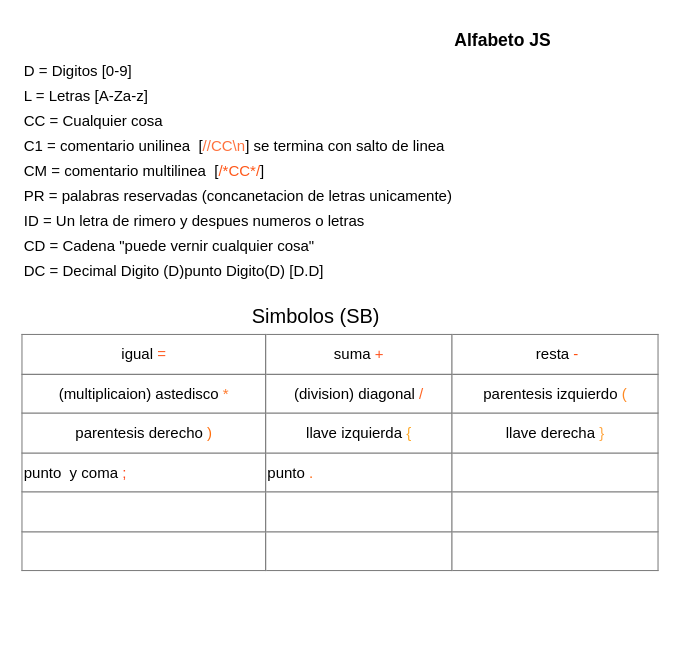
This is arboljs.drawio from pedromf80/OLC1_Proyecto1_201700656, a draw.io file, before an edit. Source tidied: cells renumbered, new cells numbered last; positions are measured from the earlier drawing's top-left corner, leaving out a move shared by most shapes. Both pictures are drawn from the tidied source at 125%, with x=0, y=0 at pixel (21, 21).
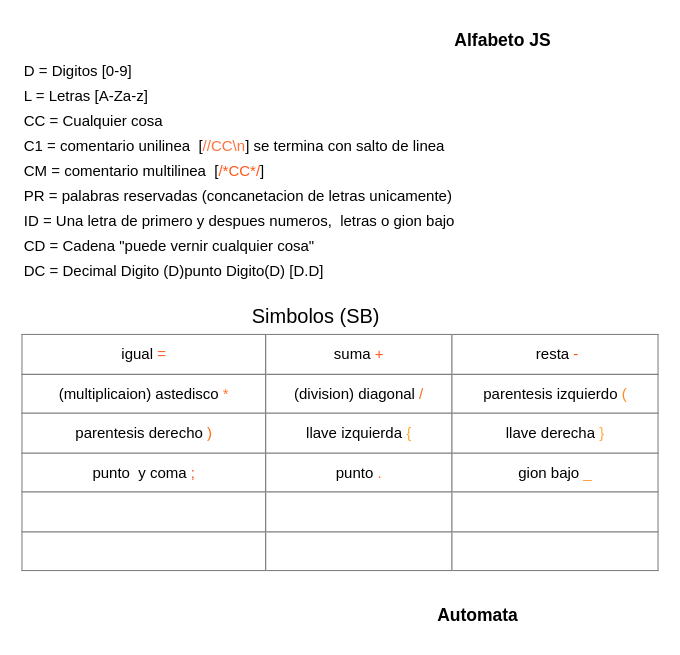
The same page after the edit.

What changed in the source:
```diff
@@
 <mxGraphModel>
   <root>
     <mxCell id="0" />
     <mxCell id="1" parent="0" />
     <mxCell id="2" value="&lt;b&gt;&lt;font style=&quot;font-size: 14px&quot;&gt;Alfabeto JS&lt;/font&gt;&lt;/b&gt;" style="text;html=1;strokeColor=none;fillColor=none;align=center;verticalAlign=middle;whiteSpace=wrap;rounded=0;" parent="1" vertex="1">
       <mxGeometry x="330" width="110" height="30" as="geometry" />
     </mxCell>
     <mxCell id="3" value="C1 = comentario unilinea&amp;nbsp; [&lt;font color=&quot;#ff713d&quot;&gt;//CC\n&lt;/font&gt;] se termina con salto de linea" style="text;html=1;strokeColor=none;fillColor=none;align=left;verticalAlign=middle;whiteSpace=wrap;rounded=0;" parent="1" vertex="1">
       <mxGeometry y="90" width="470" height="20" as="geometry" />
     </mxCell>
     <mxCell id="4" value="CM = comentario multilinea&amp;nbsp; [&lt;font color=&quot;#ff5719&quot;&gt;/*CC*/&lt;/font&gt;]&amp;nbsp;" style="text;html=1;strokeColor=none;fillColor=none;align=left;verticalAlign=middle;whiteSpace=wrap;rounded=0;" parent="1" vertex="1">
       <mxGeometry y="110" width="470" height="20" as="geometry" />
     </mxCell>
     <mxCell id="5" value="PR = palabras reservadas (concanetacion de letras unicamente)" style="text;html=1;align=left;verticalAlign=middle;" parent="1" vertex="1">
       <mxGeometry y="130" width="360" height="20" as="geometry" />
     </mxCell>
-    <mxCell id="6" value="ID = Un letra de rimero y despues numeros o letras" style="text;html=1;align=left;verticalAlign=middle;" parent="1" vertex="1">
-      <mxGeometry y="150" width="290" height="20" as="geometry" />
+    <mxCell id="6" value="ID = Una letra de primero y despues numeros,&amp;nbsp; letras o gion bajo" style="text;html=1;align=left;verticalAlign=middle;" parent="1" vertex="1">
+      <mxGeometry y="150" width="360" height="20" as="geometry" />
     </mxCell>
-    <mxCell id="7" value="&lt;table border=&quot;1&quot; width=&quot;100%&quot; style=&quot;width: 100% ; height: 100% ; border-collapse: collapse&quot;&gt;&lt;tbody&gt;&lt;tr&gt;&lt;td align=&quot;center&quot;&gt;igual &lt;font color=&quot;#ff5a1f&quot;&gt;=&lt;/font&gt;&lt;br&gt;&lt;/td&gt;&lt;td align=&quot;center&quot;&gt;suma &lt;font color=&quot;#ff5521&quot;&gt;+&lt;/font&gt;&lt;/td&gt;&lt;td align=&quot;center&quot;&gt;&amp;nbsp;resta &lt;font color=&quot;#ff5112&quot;&gt;-&lt;/font&gt;&lt;/td&gt;&lt;/tr&gt;&lt;tr&gt;&lt;td align=&quot;center&quot;&gt;(multiplicaion) astedisco&amp;nbsp;&lt;font color=&quot;#ff7c30&quot;&gt;*&lt;/font&gt;&lt;/td&gt;&lt;td align=&quot;center&quot;&gt;(division) diagonal&amp;nbsp;&lt;font color=&quot;#ff6524&quot;&gt;/&lt;/font&gt;&lt;/td&gt;&lt;td align=&quot;center&quot;&gt;parentesis izquierdo&lt;font color=&quot;#ff8921&quot;&gt; (&lt;/font&gt;&lt;/td&gt;&lt;/tr&gt;&lt;tr&gt;&lt;td align=&quot;center&quot;&gt;parentesis derecho &lt;font color=&quot;#ff6e0d&quot;&gt;)&lt;/font&gt;&lt;/td&gt;&lt;td align=&quot;center&quot;&gt;llave izquierda &lt;font color=&quot;#ffaa2b&quot;&gt;{&lt;/font&gt;&lt;/td&gt;&lt;td align=&quot;center&quot;&gt;llave derecha &lt;font color=&quot;#ffa742&quot;&gt;}&lt;/font&gt;&lt;/td&gt;&lt;/tr&gt;&lt;tr&gt;&lt;td&gt;punto&amp;nbsp; y coma &lt;font color=&quot;#ff491c&quot;&gt;;&lt;/font&gt;&lt;/td&gt;&lt;td&gt;punto &lt;font color=&quot;#ff6a14&quot;&gt;.&lt;/font&gt;&lt;/td&gt;&lt;td&gt;&lt;br&gt;&lt;/td&gt;&lt;/tr&gt;&lt;tr&gt;&lt;td&gt;&lt;br&gt;&lt;/td&gt;&lt;td&gt;&lt;br&gt;&lt;/td&gt;&lt;td&gt;&lt;br&gt;&lt;/td&gt;&lt;/tr&gt;&lt;tr&gt;&lt;td&gt;&lt;br&gt;&lt;/td&gt;&lt;td&gt;&lt;br&gt;&lt;/td&gt;&lt;td&gt;&lt;br&gt;&lt;/td&gt;&lt;/tr&gt;&lt;/tbody&gt;&lt;/table&gt;" style="text;html=1;strokeColor=none;fillColor=none;overflow=fill;" parent="1" vertex="1">
+    <mxCell id="7" value="&lt;table border=&quot;1&quot; width=&quot;100%&quot; style=&quot;width: 100% ; height: 100% ; border-collapse: collapse&quot;&gt;&lt;tbody&gt;&lt;tr&gt;&lt;td&gt;igual &lt;font color=&quot;#ff5a1f&quot;&gt;=&lt;/font&gt;&lt;br&gt;&lt;/td&gt;&lt;td&gt;suma &lt;font color=&quot;#ff5521&quot;&gt;+&lt;/font&gt;&lt;/td&gt;&lt;td&gt;&amp;nbsp;resta &lt;font color=&quot;#ff5112&quot;&gt;-&lt;/font&gt;&lt;/td&gt;&lt;/tr&gt;&lt;tr&gt;&lt;td&gt;(multiplicaion) astedisco&amp;nbsp;&lt;font color=&quot;#ff7c30&quot;&gt;*&lt;/font&gt;&lt;/td&gt;&lt;td&gt;(division) diagonal&amp;nbsp;&lt;font color=&quot;#ff6524&quot;&gt;/&lt;/font&gt;&lt;/td&gt;&lt;td&gt;parentesis izquierdo&lt;font color=&quot;#ff8921&quot;&gt; (&lt;/font&gt;&lt;/td&gt;&lt;/tr&gt;&lt;tr&gt;&lt;td&gt;parentesis derecho &lt;font color=&quot;#ff6e0d&quot;&gt;)&lt;/font&gt;&lt;/td&gt;&lt;td&gt;llave izquierda &lt;font color=&quot;#ffaa2b&quot;&gt;{&lt;/font&gt;&lt;/td&gt;&lt;td&gt;llave derecha &lt;font color=&quot;#ffa742&quot;&gt;}&lt;/font&gt;&lt;/td&gt;&lt;/tr&gt;&lt;tr&gt;&lt;td&gt;punto&amp;nbsp; y coma &lt;font color=&quot;#ff491c&quot;&gt;;&lt;/font&gt;&lt;/td&gt;&lt;td&gt;punto &lt;font color=&quot;#ff6a14&quot;&gt;.&lt;/font&gt;&lt;/td&gt;&lt;td&gt;gion bajo &lt;font color=&quot;#ff9933&quot;&gt;_&lt;/font&gt;&lt;/td&gt;&lt;/tr&gt;&lt;tr&gt;&lt;td&gt;&lt;br&gt;&lt;/td&gt;&lt;td&gt;&lt;br&gt;&lt;/td&gt;&lt;td&gt;&lt;br&gt;&lt;/td&gt;&lt;/tr&gt;&lt;tr&gt;&lt;td&gt;&lt;br&gt;&lt;/td&gt;&lt;td&gt;&lt;br&gt;&lt;/td&gt;&lt;td&gt;&lt;br&gt;&lt;/td&gt;&lt;/tr&gt;&lt;/tbody&gt;&lt;/table&gt;" style="text;html=1;strokeColor=none;fillColor=none;overflow=fill;align=center;" parent="1" vertex="1">
       <mxGeometry y="250" width="510" height="190" as="geometry" />
     </mxCell>
     <mxCell id="8" value="Simbolos (SB)" style="text;strokeColor=none;fillColor=none;html=1;fontSize=16;fontStyle=0;verticalAlign=middle;align=center;" parent="1" vertex="1">
       <mxGeometry x="160" y="220" width="150" height="30" as="geometry" />
     </mxCell>
     <mxCell id="9" value="CD = Cadena &quot;puede vernir cualquier cosa&quot;" style="text;html=1;align=left;verticalAlign=middle;" parent="1" vertex="1">
       <mxGeometry y="170" width="250" height="20" as="geometry" />
     </mxCell>
     <mxCell id="10" value="D = Digitos [0-9]" style="text;html=1;align=left;verticalAlign=middle;" parent="1" vertex="1">
       <mxGeometry y="30" width="100" height="20" as="geometry" />
     </mxCell>
     <mxCell id="11" value="L = Letras [A-Za-z]" style="text;html=1;align=left;verticalAlign=middle;" parent="1" vertex="1">
       <mxGeometry y="50" width="120" height="20" as="geometry" />
     </mxCell>
     <mxCell id="12" value="CC = Cualquier cosa" style="text;html=1;align=left;verticalAlign=middle;" parent="1" vertex="1">
       <mxGeometry y="70" width="130" height="20" as="geometry" />
     </mxCell>
     <mxCell id="13" value="DC = Decimal Digito (D)punto Digito(D) [D.D] " style="text;html=1;align=left;verticalAlign=middle;" parent="1" vertex="1">
       <mxGeometry y="190" width="300" height="20" as="geometry" />
     </mxCell>
+    <mxCell id="14" value="&lt;b&gt;&lt;font style=&quot;font-size: 14px&quot;&gt;Automata&lt;/font&gt;&lt;/b&gt;" style="text;html=1;strokeColor=none;fillColor=none;align=center;verticalAlign=middle;whiteSpace=wrap;rounded=0;" parent="1" vertex="1">
+      <mxGeometry x="310" y="460" width="110" height="30" as="geometry" />
+    </mxCell>
   </root>
 </mxGraphModel>
```
